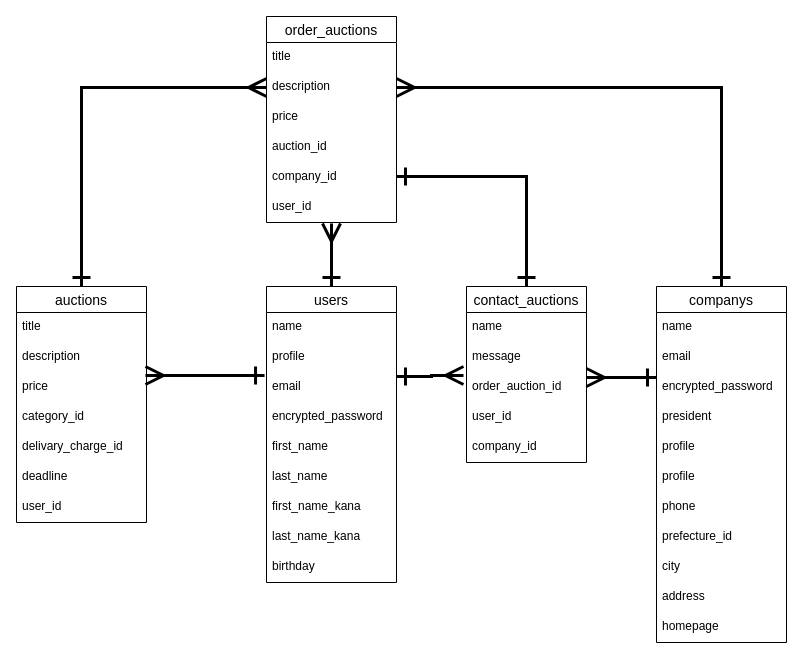
Earlier version of the draw.io diagram DB_ER_Auction.dio (Sashimi0343/losstop). Source tidied: cells renumbered, new cells numbered last; positions are measured from the earlier drawing's top-left corner, leaving out a move shared by most shapes. Both pictures are drawn from the tidied source at 100%, with x=0, y=0 at pixel (16, 16).
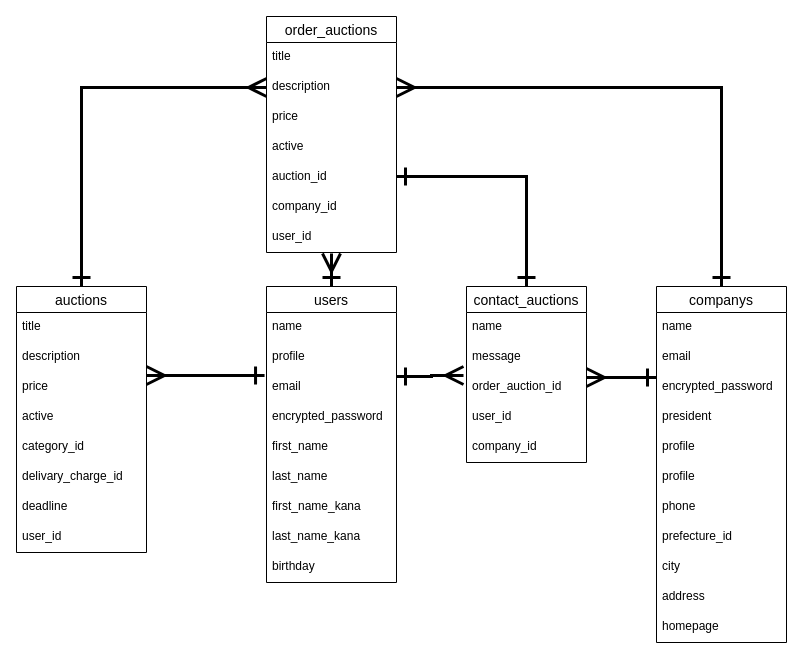
Above is the later version.

Unchanged cells that the change refers to:
```xml
<mxCell id="25" value="email" style="text;strokeColor=none;fillColor=none;spacingLeft=4;spacingRight=4;overflow=hidden;points=[[0,0.5],[1,0.5]];portConstraint=eastwest;fontSize=12;" parent="22" vertex="1">
  <mxGeometry y="86" width="130" height="30" as="geometry" />
</mxCell>
```

The edit, as a diff of the source:
```diff
@@
     <mxCell id="33" value="order_auctions" style="swimlane;fontStyle=0;horizontal=1;startSize=26;align=center;fontSize=14;" parent="1" vertex="1">
-      <mxGeometry x="250" width="130" height="206" as="geometry" />
+      <mxGeometry x="250" width="130" height="236" as="geometry" />
     </mxCell>
@@
+    <mxCell id="52" value="price" style="text;strokeColor=none;fillColor=none;spacingLeft=4;spacingRight=4;overflow=hidden;fontSize=12;" parent="33" vertex="1">
+      <mxGeometry y="86" width="130" height="30" as="geometry" />
+    </mxCell>
-    <mxCell id="36" value="price" style="text;strokeColor=none;fillColor=none;spacingLeft=4;spacingRight=4;overflow=hidden;fontSize=12;" parent="33" vertex="1">
-      <mxGeometry y="86" width="130" height="30" as="geometry" />
+    <mxCell id="36" value="active" style="text;strokeColor=none;fillColor=none;spacingLeft=4;spacingRight=4;overflow=hidden;fontSize=12;" parent="33" vertex="1">
+      <mxGeometry y="116" width="130" height="30" as="geometry" />
     </mxCell>
     <mxCell id="37" value="auction_id" style="text;strokeColor=none;fillColor=none;spacingLeft=4;spacingRight=4;overflow=hidden;fontSize=12;" parent="33" vertex="1">
-      <mxGeometry y="116" width="130" height="30" as="geometry" />
+      <mxGeometry y="146" width="130" height="30" as="geometry" />
     </mxCell>
     <mxCell id="38" value="company_id" style="text;strokeColor=none;fillColor=none;spacingLeft=4;spacingRight=4;overflow=hidden;fontSize=12;" parent="33" vertex="1">
-      <mxGeometry y="146" width="130" height="30" as="geometry" />
+      <mxGeometry y="176" width="130" height="30" as="geometry" />
     </mxCell>
     <mxCell id="39" value="user_id" style="text;strokeColor=none;fillColor=none;spacingLeft=4;spacingRight=4;overflow=hidden;points=[[0,0.5],[1,0.5]];portConstraint=eastwest;fontSize=12;" parent="33" vertex="1">
-      <mxGeometry y="176" width="130" height="30" as="geometry" />
+      <mxGeometry y="206" width="130" height="30" as="geometry" />
     </mxCell>
@@
     <mxCell id="41" value="auctions" style="swimlane;fontStyle=0;horizontal=1;startSize=26;align=center;fontSize=14;" parent="1" vertex="1">
-      <mxGeometry y="270" width="130" height="236" as="geometry" />
+      <mxGeometry y="270" width="130" height="266" as="geometry" />
     </mxCell>
@@
+    <mxCell id="53" value="price" style="text;strokeColor=none;fillColor=none;spacingLeft=4;spacingRight=4;overflow=hidden;fontSize=12;" parent="41" vertex="1">
+      <mxGeometry y="86" width="130" height="30" as="geometry" />
+    </mxCell>
-    <mxCell id="44" value="price" style="text;strokeColor=none;fillColor=none;spacingLeft=4;spacingRight=4;overflow=hidden;points=[[0,0.5],[1,0.5]];portConstraint=eastwest;fontSize=12;" parent="41" vertex="1">
-      <mxGeometry y="86" width="130" height="30" as="geometry" />
+    <mxCell id="44" value="active" style="text;strokeColor=none;fillColor=none;spacingLeft=4;spacingRight=4;overflow=hidden;points=[[0,0.5],[1,0.5]];portConstraint=eastwest;fontSize=12;" parent="41" vertex="1">
+      <mxGeometry y="116" width="130" height="30" as="geometry" />
     </mxCell>
     <mxCell id="45" value="category_id" style="text;strokeColor=none;fillColor=none;spacingLeft=4;spacingRight=4;overflow=hidden;fontSize=12;" parent="41" vertex="1">
-      <mxGeometry y="116" width="130" height="30" as="geometry" />
+      <mxGeometry y="146" width="130" height="30" as="geometry" />
     </mxCell>
     <mxCell id="46" value="delivary_charge_id" style="text;strokeColor=none;fillColor=none;spacingLeft=4;spacingRight=4;overflow=hidden;fontSize=12;" parent="41" vertex="1">
-      <mxGeometry y="146" width="130" height="30" as="geometry" />
+      <mxGeometry y="176" width="130" height="30" as="geometry" />
     </mxCell>
     <mxCell id="47" value="deadline" style="text;strokeColor=none;fillColor=none;spacingLeft=4;spacingRight=4;overflow=hidden;fontSize=12;" parent="41" vertex="1">
-      <mxGeometry y="176" width="130" height="30" as="geometry" />
+      <mxGeometry y="206" width="130" height="30" as="geometry" />
     </mxCell>
     <mxCell id="48" value="user_id" style="text;strokeColor=none;fillColor=none;spacingLeft=4;spacingRight=4;overflow=hidden;fontSize=12;" parent="41" vertex="1">
-      <mxGeometry y="206" width="130" height="30" as="geometry" />
+      <mxGeometry y="236" width="130" height="30" as="geometry" />
     </mxCell>
-    <mxCell id="49" style="edgeStyle=orthogonalEdgeStyle;rounded=0;jettySize=auto;html=1;entryX=0.992;entryY=0.1;entryDx=0;entryDy=0;strokeWidth=3;endSize=14;startSize=14;startArrow=ERone;startFill=0;endArrow=ERmany;endFill=0;exitX=-0.015;exitY=0.1;exitDx=0;exitDy=0;exitPerimeter=0;entryPerimeter=0;" parent="1" edge="1" source="25" target="44">
-      <mxGeometry relative="1" as="geometry" />
+    <mxCell id="49" style="edgeStyle=orthogonalEdgeStyle;rounded=0;jettySize=auto;html=1;strokeWidth=3;endSize=14;startSize=14;startArrow=ERone;startFill=0;endArrow=ERmany;endFill=0;exitX=-0.015;exitY=0.1;exitDx=0;exitDy=0;exitPerimeter=0;" parent="1" edge="1" source="25">
+      <mxGeometry relative="1" as="geometry">
+        <mxPoint x="130" y="359" as="targetPoint" />
+      </mxGeometry>
     </mxCell>
```
